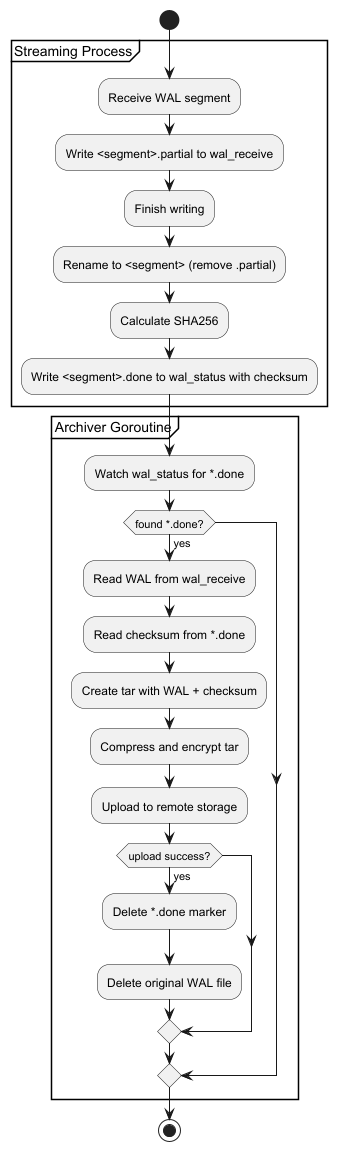
Above: assets/diagrams/loop.png in hashmap-kz/pgrwl (PlantUML), before the change.
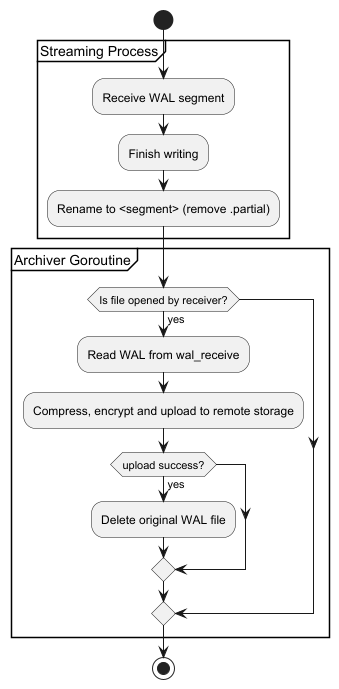
After the change.

Commit message:
Update assets/diagrams/loop.png

Change to the diagram source:
```diff
@@ -3,23 +3,15 @@
 
 partition "Streaming Process" {
   :Receive WAL segment;
-  :Write <segment>.partial to wal_receive;
   :Finish writing;
   :Rename to <segment> (remove .partial);
-  :Calculate SHA256;
-  :Write <segment>.done to wal_status with checksum;
 }
 
 partition "Archiver Goroutine" {
-  :Watch wal_status for *.done;
-  if (found *.done?) then (yes)
+  if (Is file opened by receiver?) then (yes)
     :Read WAL from wal_receive;
-    :Read checksum from *.done;
-    :Create tar with WAL + checksum;
-    :Compress and encrypt tar;
-    :Upload to remote storage;
+    :Compress, encrypt and upload to remote storage;
     if (upload success?) then (yes)
-      :Delete *.done marker;
       :Delete original WAL file;
     endif
   endif
```
